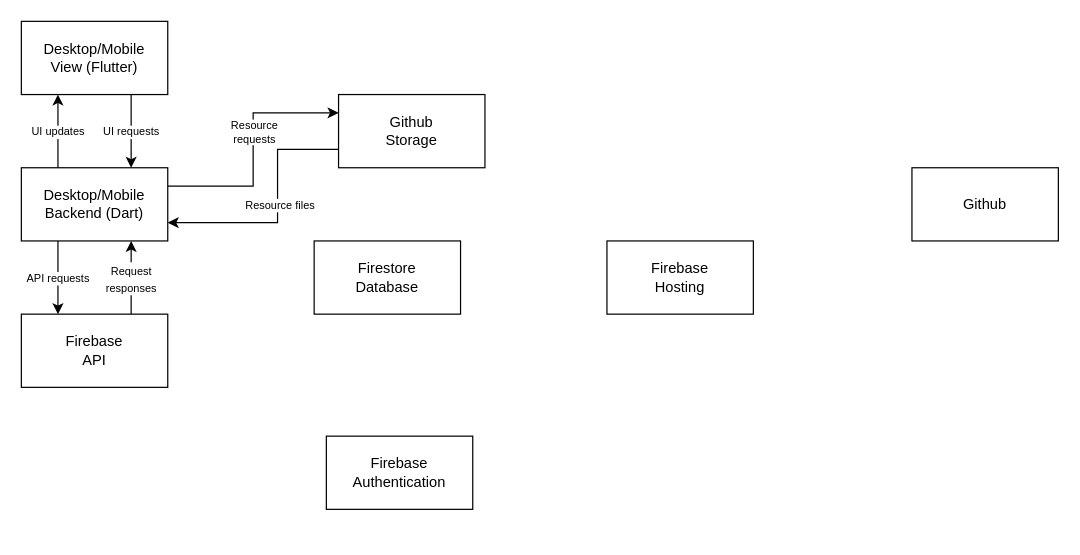
Before: docs/architecture-diagrams/microservices.drawio in COS301-SE-2024/TailWaggr, a draw.io diagram. Source tidied: cells renumbered, new cells numbered last; positions are measured from the earlier drawing's top-left corner, leaving out a move shared by most shapes. Both pictures are drawn from the tidied source at 122%, with x=0, y=0 at pixel (21, 21).
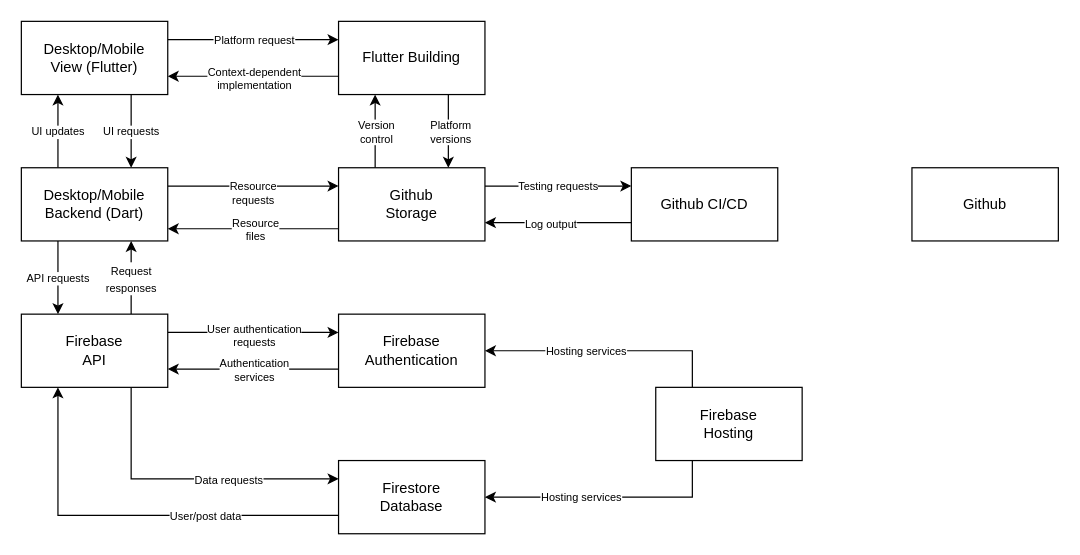
The same page after the edit.

The change refers to these unchanged cells:
```xml
<mxCell id="6" style="edgeStyle=orthogonalEdgeStyle;rounded=0;jettySize=auto;html=1;exitX=1;exitY=0.25;exitDx=0;exitDy=0;entryX=0;entryY=0.25;entryDx=0;entryDy=0;" parent="1" edge="1" source="15" target="21">
  <mxGeometry relative="1" as="geometry" />
</mxCell>
<mxCell id="10" value="Desktop/Mobile&lt;br&gt;View (Flutter)" style="rounded=0;whiteSpace=wrap;html=1;" parent="1" vertex="1">
  <mxGeometry width="120" height="60" as="geometry" />
</mxCell>
<mxCell id="15" value="Desktop/Mobile Backend (Dart)" style="rounded=0;whiteSpace=wrap;html=1;" parent="1" vertex="1">
  <mxGeometry y="120" width="120" height="60" as="geometry" />
</mxCell>
<mxCell id="18" value="Firebase&lt;br&gt;API" style="rounded=0;whiteSpace=wrap;html=1;" parent="1" vertex="1">
  <mxGeometry y="240" width="120" height="60" as="geometry" />
</mxCell>
```

Change to the diagram source:
```diff
@@
+    <mxCell id="22" style="edgeStyle=orthogonalEdgeStyle;rounded=0;jettySize=auto;html=1;exitX=0;exitY=0.75;exitDx=0;exitDy=0;entryX=0.25;entryY=1;entryDx=0;entryDy=0;" parent="1" edge="1" source="2" target="18">
+      <mxGeometry relative="1" as="geometry" />
+    </mxCell>
+    <mxCell id="23" value="User/post data" style="edgeLabel;html=1;align=center;verticalAlign=middle;fontSize=9;" parent="22" vertex="1">
+      <mxGeometry x="-0.16" relative="1" as="geometry">
+        <mxPoint x="31" as="offset" />
+      </mxGeometry>
+    </mxCell>
     <mxCell id="2" value="Firestore&lt;br&gt;Database" style="rounded=0;whiteSpace=wrap;html=1;" parent="1" vertex="1">
-      <mxGeometry x="240" y="180" width="120" height="60" as="geometry" />
+      <mxGeometry x="260" y="360" width="120" height="60" as="geometry" />
     </mxCell>
+    <mxCell id="24" style="edgeStyle=orthogonalEdgeStyle;rounded=0;jettySize=auto;html=1;exitX=0;exitY=0.75;exitDx=0;exitDy=0;entryX=1;entryY=0.75;entryDx=0;entryDy=0;" parent="1" edge="1" source="3" target="18">
+      <mxGeometry relative="1" as="geometry" />
+    </mxCell>
+    <mxCell id="25" value="Authentication&lt;br style=&quot;font-size: 9px;&quot;&gt;services" style="edgeLabel;html=1;align=center;verticalAlign=middle;fontSize=9;" parent="24" vertex="1">
+      <mxGeometry x="-0.16" relative="1" as="geometry">
+        <mxPoint x="-11" as="offset" />
+      </mxGeometry>
+    </mxCell>
     <mxCell id="3" value="Firebase&lt;br&gt;Authentication" style="rounded=0;whiteSpace=wrap;html=1;" parent="1" vertex="1">
-      <mxGeometry x="250" y="340" width="120" height="60" as="geometry" />
+      <mxGeometry x="260" y="240" width="120" height="60" as="geometry" />
     </mxCell>
+    <mxCell id="26" style="edgeStyle=orthogonalEdgeStyle;rounded=0;jettySize=auto;html=1;exitX=0.25;exitY=0;exitDx=0;exitDy=0;entryX=1;entryY=0.5;entryDx=0;entryDy=0;" parent="1" edge="1" source="4" target="3">
+      <mxGeometry relative="1" as="geometry" />
+    </mxCell>
+    <mxCell id="27" value="Hosting services" style="edgeLabel;html=1;align=center;verticalAlign=middle;fontSize=9;" parent="26" vertex="1">
+      <mxGeometry x="0.18" y="-2" relative="1" as="geometry">
+        <mxPoint y="2" as="offset" />
+      </mxGeometry>
+    </mxCell>
+    <mxCell id="28" style="edgeStyle=orthogonalEdgeStyle;rounded=0;jettySize=auto;html=1;exitX=0.25;exitY=1;exitDx=0;exitDy=0;entryX=1;entryY=0.5;entryDx=0;entryDy=0;" parent="1" edge="1" source="4" target="2">
+      <mxGeometry relative="1" as="geometry" />
+    </mxCell>
+    <mxCell id="29" value="Hosting services" style="edgeLabel;html=1;align=center;verticalAlign=middle;fontSize=9;" parent="28" vertex="1">
+      <mxGeometry x="0.22" y="-4" relative="1" as="geometry">
+        <mxPoint y="4" as="offset" />
+      </mxGeometry>
+    </mxCell>
     <mxCell id="4" value="Firebase&lt;br&gt;Hosting" style="rounded=0;whiteSpace=wrap;html=1;" parent="1" vertex="1">
-      <mxGeometry x="480" y="180" width="120" height="60" as="geometry" />
+      <mxGeometry x="520" y="300" width="120" height="60" as="geometry" />
     </mxCell>
@@
     <mxCell id="7" value="Resource&lt;br&gt;requests" style="edgeLabel;html=1;align=center;verticalAlign=middle;fontSize=9;" parent="6" vertex="1">
       <mxGeometry x="0.22" y="2" relative="1" as="geometry">
-        <mxPoint x="2" y="7" as="offset" />
+        <mxPoint x="-16" y="7" as="offset" />
       </mxGeometry>
     </mxCell>
@@
+    <mxCell id="30" style="edgeStyle=orthogonalEdgeStyle;rounded=0;jettySize=auto;html=1;exitX=1;exitY=0.25;exitDx=0;exitDy=0;entryX=0;entryY=0.25;entryDx=0;entryDy=0;" parent="1" edge="1" source="10" target="47">
+      <mxGeometry relative="1" as="geometry" />
+    </mxCell>
+    <mxCell id="31" value="Platform request" style="edgeLabel;html=1;align=center;verticalAlign=middle;fontSize=9;" parent="30" vertex="1">
+      <mxGeometry y="-1" relative="1" as="geometry" />
+    </mxCell>
@@
+    <mxCell id="32" style="edgeStyle=orthogonalEdgeStyle;rounded=0;jettySize=auto;html=1;exitX=1;exitY=0.25;exitDx=0;exitDy=0;entryX=0;entryY=0.25;entryDx=0;entryDy=0;" parent="1" edge="1" source="18" target="3">
+      <mxGeometry relative="1" as="geometry" />
+    </mxCell>
+    <mxCell id="33" value="User authentication &lt;br style=&quot;font-size: 9px;&quot;&gt;requests" style="edgeLabel;html=1;align=center;verticalAlign=middle;fontSize=9;" parent="32" vertex="1">
+      <mxGeometry x="0.23" y="-2" relative="1" as="geometry">
+        <mxPoint x="-16" as="offset" />
+      </mxGeometry>
+    </mxCell>
+    <mxCell id="34" style="edgeStyle=orthogonalEdgeStyle;rounded=0;jettySize=auto;html=1;exitX=0.75;exitY=1;exitDx=0;exitDy=0;entryX=0;entryY=0.25;entryDx=0;entryDy=0;" parent="1" edge="1" source="18" target="2">
+      <mxGeometry relative="1" as="geometry" />
+    </mxCell>
+    <mxCell id="35" value="Data requests" style="edgeLabel;html=1;align=center;verticalAlign=middle;fontSize=9;" parent="34" vertex="1">
+      <mxGeometry x="-0.01" y="-1" relative="1" as="geometry">
+        <mxPoint x="33" as="offset" />
+      </mxGeometry>
+    </mxCell>
@@
-    <mxCell id="19" style="edgeStyle=orthogonalEdgeStyle;rounded=0;jettySize=auto;html=1;exitX=0;exitY=0.75;exitDx=0;exitDy=0;entryX=1;entryY=0.75;entryDx=0;entryDy=0;" parent="1" edge="1" source="21" target="15">
+    <mxCell id="19" style="edgeStyle=orthogonalEdgeStyle;rounded=0;orthogonalLoop=1;jettySize=auto;html=1;exitX=0;exitY=0.75;exitDx=0;exitDy=0;entryX=1;entryY=0.75;entryDx=0;entryDy=0;" parent="1" edge="1">
       <mxGeometry relative="1" as="geometry">
+        <mxPoint x="260" y="170" as="sourcePoint" />
+        <mxPoint x="120" y="170" as="targetPoint" />
         <Array as="points">
-          <mxPoint x="210" y="105" />
-          <mxPoint x="210" y="165" />
+          <mxPoint x="240" y="170" />
+          <mxPoint x="240" y="170" />
         </Array>
       </mxGeometry>
     </mxCell>
-    <mxCell id="20" value="Resource files" style="edgeLabel;html=1;align=center;verticalAlign=middle;fontSize=9;" parent="19" vertex="1">
+    <mxCell id="20" value="Resource&lt;br&gt;files" style="edgeLabel;html=1;align=center;verticalAlign=middle;fontSize=9;" parent="19" vertex="1">
       <mxGeometry x="0.22" y="-1" relative="1" as="geometry">
-        <mxPoint x="13" y="-14" as="offset" />
+        <mxPoint x="16" y="1" as="offset" />
       </mxGeometry>
     </mxCell>
+    <mxCell id="36" style="edgeStyle=orthogonalEdgeStyle;rounded=0;jettySize=auto;html=1;exitX=1;exitY=0.25;exitDx=0;exitDy=0;entryX=0;entryY=0.25;entryDx=0;entryDy=0;" parent="1" edge="1" source="21" target="42">
+      <mxGeometry relative="1" as="geometry" />
+    </mxCell>
+    <mxCell id="37" value="Testing requests" style="edgeLabel;html=1;align=center;verticalAlign=middle;fontSize=9;" parent="36" vertex="1">
+      <mxGeometry x="-0.01" relative="1" as="geometry" />
+    </mxCell>
+    <mxCell id="38" style="edgeStyle=orthogonalEdgeStyle;rounded=0;jettySize=auto;html=1;exitX=0.25;exitY=0;exitDx=0;exitDy=0;entryX=0.25;entryY=1;entryDx=0;entryDy=0;" parent="1" edge="1" source="21" target="47">
+      <mxGeometry relative="1" as="geometry" />
+    </mxCell>
+    <mxCell id="39" value="Version&lt;br style=&quot;font-size: 9px;&quot;&gt;control" style="edgeLabel;html=1;align=center;verticalAlign=middle;fontSize=9;" parent="38" vertex="1">
+      <mxGeometry x="0.16" relative="1" as="geometry">
+        <mxPoint y="5" as="offset" />
+      </mxGeometry>
+    </mxCell>
     <mxCell id="21" value="Github&lt;br&gt;Storage" style="rounded=0;whiteSpace=wrap;html=1;" parent="1" vertex="1">
-      <mxGeometry x="260" y="60" width="120" height="60" as="geometry" />
+      <mxGeometry x="260" y="120" width="120" height="60" as="geometry" />
     </mxCell>
+    <mxCell id="40" style="edgeStyle=orthogonalEdgeStyle;rounded=0;jettySize=auto;html=1;exitX=0;exitY=0.75;exitDx=0;exitDy=0;entryX=1;entryY=0.75;entryDx=0;entryDy=0;" parent="1" edge="1" source="42" target="21">
+      <mxGeometry relative="1" as="geometry" />
+    </mxCell>
+    <mxCell id="41" value="Log output" style="edgeLabel;html=1;align=center;verticalAlign=middle;fontSize=9;" parent="40" vertex="1">
+      <mxGeometry x="0.11" y="1" relative="1" as="geometry" />
+    </mxCell>
+    <mxCell id="42" value="Github CI/CD" style="rounded=0;whiteSpace=wrap;html=1;" parent="1" vertex="1">
+      <mxGeometry x="500" y="120" width="120" height="60" as="geometry" />
+    </mxCell>
+    <mxCell id="43" style="edgeStyle=orthogonalEdgeStyle;rounded=0;jettySize=auto;html=1;exitX=0;exitY=0.75;exitDx=0;exitDy=0;entryX=1;entryY=0.75;entryDx=0;entryDy=0;" parent="1" edge="1" source="47" target="10">
+      <mxGeometry relative="1" as="geometry" />
+    </mxCell>
+    <mxCell id="44" value="Context-dependent&lt;br style=&quot;font-size: 9px;&quot;&gt;implementation" style="edgeLabel;html=1;align=center;verticalAlign=middle;fontSize=9;" parent="43" vertex="1">
+      <mxGeometry x="0.18" y="1" relative="1" as="geometry">
+        <mxPoint x="13" as="offset" />
+      </mxGeometry>
+    </mxCell>
+    <mxCell id="45" style="edgeStyle=orthogonalEdgeStyle;rounded=0;jettySize=auto;html=1;exitX=0.75;exitY=1;exitDx=0;exitDy=0;entryX=0.75;entryY=0;entryDx=0;entryDy=0;" parent="1" edge="1" source="47" target="21">
+      <mxGeometry relative="1" as="geometry" />
+    </mxCell>
+    <mxCell id="46" value="Platform&lt;br style=&quot;font-size: 9px;&quot;&gt;versions" style="edgeLabel;html=1;align=center;verticalAlign=middle;fontSize=9;" parent="45" vertex="1">
+      <mxGeometry x="-0.14" y="1" relative="1" as="geometry">
+        <mxPoint y="4" as="offset" />
+      </mxGeometry>
+    </mxCell>
+    <mxCell id="47" value="Flutter Building" style="rounded=0;whiteSpace=wrap;html=1;" parent="1" vertex="1">
+      <mxGeometry x="260" width="120" height="60" as="geometry" />
+    </mxCell>
```
